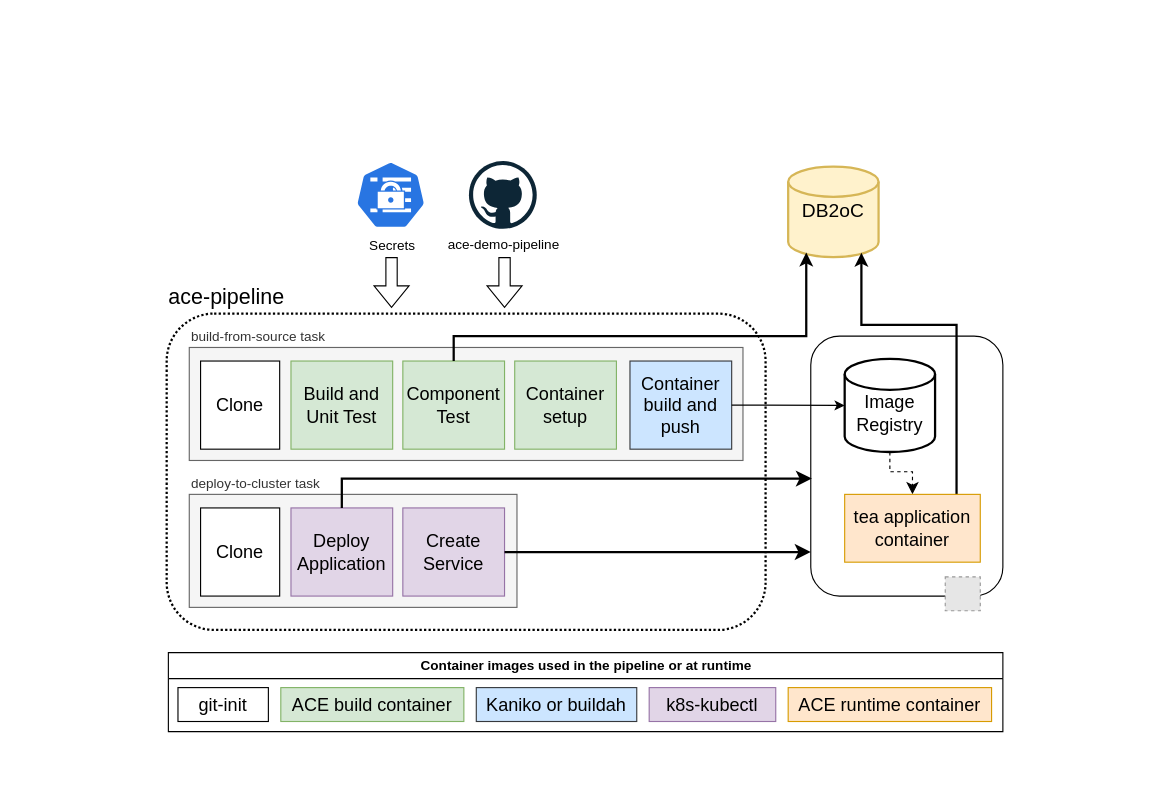
Before: demo-infrastructure/images/tekton-pipeline.drawio in ot4i/ace-demo-pipeline, a draw.io diagram. Source tidied: cells renumbered, new cells numbered last; positions are measured from the earlier drawing's top-left corner, leaving out a move shared by most shapes. Both pictures are drawn from the tidied source at 113%, with x=0, y=0 at pixel (166, 160). Pictures stored in the file or linked from it are replaced by grey dashed boxes.
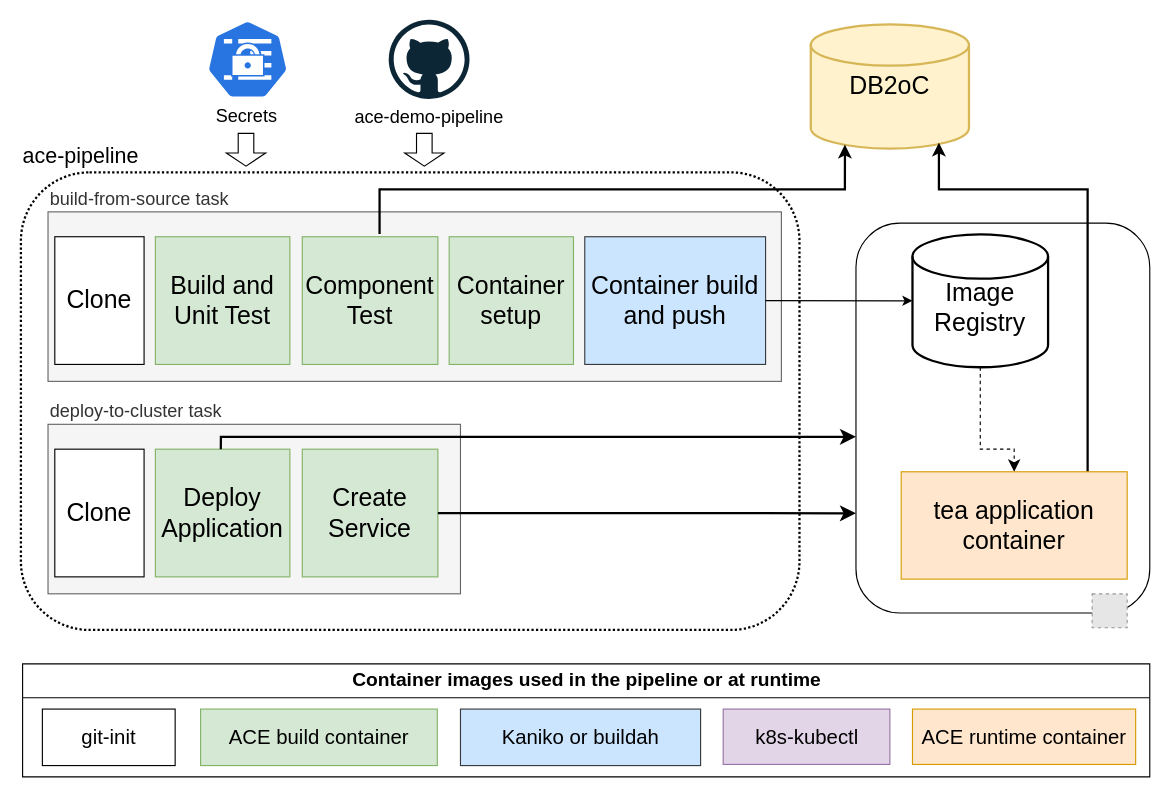
Above is the later version.

The edit, as a diff of the source:
```diff
@@
-    <mxCell id="2" value="DB2oC" style="strokeWidth=2;html=1;shape=mxgraph.flowchart.database;whiteSpace=wrap;fontSize=17;fillColor=#fff2cc;strokeColor=#d6b656;" parent="1" vertex="1">
-      <mxGeometry x="550" y="5" width="80" height="80" as="geometry" />
+    <mxCell id="2" value="DB2oC" style="strokeWidth=2;html=1;shape=mxgraph.flowchart.database;whiteSpace=wrap;fontSize=22;fillColor=#fff2cc;strokeColor=#d6b656;" parent="1" vertex="1">
+      <mxGeometry x="570" y="-121" width="140" height="110" as="geometry" />
     </mxCell>
     <mxCell id="3" style="rounded=1;whiteSpace=wrap;html=1;" parent="1" vertex="1">
-      <mxGeometry x="570" y="155" width="170" height="230" as="geometry" />
+      <mxGeometry x="610" y="55" width="260" height="345" as="geometry" />
     </mxCell>
     <mxCell id="4" value="ace-pipeline" style="rounded=1;whiteSpace=wrap;html=1;labelPosition=center;verticalLabelPosition=top;align=left;verticalAlign=bottom;spacingLeft=0;fontSize=19;dashed=1;dashPattern=1 1;strokeWidth=2;" parent="1" vertex="1">
-      <mxGeometry y="135" width="530" height="280" as="geometry" />
+      <mxGeometry x="-129" y="10" width="689" height="405" as="geometry" />
     </mxCell>
-    <mxCell id="5" value="ace-demo-pipeline" style="dashed=0;html=1;align=center;labelPosition=center;verticalLabelPosition=bottom;verticalAlign=top;shape=mxgraph.weblogos.github;" parent="1" vertex="1">
-      <mxGeometry x="267.5" width="60" height="60" as="geometry" />
+    <mxCell id="5" value="ace-demo-pipeline" style="dashed=0;html=1;align=center;labelPosition=center;verticalLabelPosition=bottom;verticalAlign=top;shape=mxgraph.weblogos.github;fontSize=16;" parent="1" vertex="1">
+      <mxGeometry x="196.5" y="-125" width="71.5" height="70" as="geometry" />
     </mxCell>
-    <mxCell id="6" value="Image Registry" style="strokeWidth=2;html=1;shape=mxgraph.flowchart.database;whiteSpace=wrap;spacingTop=13;fontSize=16;" parent="1" vertex="1">
-      <mxGeometry x="600" y="175" width="80" height="82.5" as="geometry" />
+    <mxCell id="6" value="Image Registry" style="strokeWidth=2;html=1;shape=mxgraph.flowchart.database;whiteSpace=wrap;spacingTop=13;fontSize=22;" parent="1" vertex="1">
+      <mxGeometry x="660" y="65" width="120" height="117.5" as="geometry" />
     </mxCell>
     <mxCell id="7" style="fillColor=#E6E6E6;strokeColor=#999999;dashed=1;html=1;verticalLabelPosition=bottom;verticalAlign=top;" parent="1" vertex="1">
-      <mxGeometry x="689" y="368" width="31" height="30" as="geometry" />
+      <mxGeometry x="819" y="383" width="31" height="30" as="geometry" />
     </mxCell>
     <mxCell id="8" style="edgeStyle=orthogonalEdgeStyle;rounded=0;jettySize=auto;html=1;entryX=0.81;entryY=0.953;entryDx=0;entryDy=0;entryPerimeter=0;strokeWidth=2;exitX=0.825;exitY=0.05;exitDx=0;exitDy=0;exitPerimeter=0;" parent="1" edge="1" source="24" target="2">
       <mxGeometry relative="1" as="geometry">
         <Array as="points">
-          <mxPoint x="699" y="145" />
-          <mxPoint x="615" y="145" />
+          <mxPoint x="815" y="25" />
+          <mxPoint x="683" y="25" />
         </Array>
       </mxGeometry>
     </mxCell>
     <mxCell id="9" style="edgeStyle=elbowEdgeStyle;elbow=vertical;endArrow=classic;html=1;curved=0;rounded=0;endSize=8;startSize=8;dashed=1;entryX=0.5;entryY=0;entryDx=0;entryDy=0;exitX=0.5;exitY=1;exitDx=0;exitDy=0;exitPerimeter=0;" parent="1" edge="1" source="6" target="24">
       <mxGeometry relative="1" as="geometry">
         <Array as="points">
-          <mxPoint x="650" y="275" />
+          <mxPoint x="750" y="255" />
         </Array>
       </mxGeometry>
     </mxCell>
-    <mxCell id="10" style="sketch=0;html=1;dashed=0;whitespace=wrap;fillColor=#2875E2;strokeColor=#ffffff;shape=mxgraph.kubernetes.icon2;prIcon=secret;" parent="1" vertex="1">
-      <mxGeometry x="167" width="62.5" height="60" as="geometry" />
+    <mxCell id="10" style="sketch=0;html=1;dashed=0;whitespace=wrap;fillColor=#2875E2;strokeColor=#ffffff;shape=mxgraph.kubernetes.icon2;prIcon=secret;fontSize=16;" parent="1" vertex="1">
+      <mxGeometry x="35.2" y="-125" width="72.9" height="70" as="geometry" />
     </mxCell>
-    <mxCell id="11" value="Secrets" style="text;html=1;align=center;verticalAlign=middle;whiteSpace=wrap;rounded=0;" parent="1" vertex="1">
-      <mxGeometry x="169.5" y="60" width="60" height="30" as="geometry" />
+    <mxCell id="11" value="Secrets" style="text;html=1;align=center;verticalAlign=middle;whiteSpace=wrap;rounded=0;fontSize=16;" parent="1" vertex="1">
+      <mxGeometry x="40.5" y="-55" width="60" height="30" as="geometry" />
     </mxCell>
-    <mxCell id="12" value="build-from-source task" style="rounded=0;whiteSpace=wrap;html=1;align=left;verticalAlign=bottom;labelPosition=center;verticalLabelPosition=top;fillColor=#f5f5f5;fontColor=#333333;strokeColor=#666666;" parent="1" vertex="1">
-      <mxGeometry x="20" y="165" width="490" height="100" as="geometry" />
+    <mxCell id="12" value="build-from-source task" style="rounded=0;whiteSpace=wrap;html=1;align=left;verticalAlign=bottom;labelPosition=center;verticalLabelPosition=top;fillColor=#f5f5f5;fontColor=#333333;strokeColor=#666666;fontSize=16;" parent="1" vertex="1">
+      <mxGeometry x="-105" y="45" width="649" height="150" as="geometry" />
     </mxCell>
-    <mxCell id="13" value="Clone" style="rounded=0;whiteSpace=wrap;html=1;fontSize=16;" parent="1" vertex="1">
-      <mxGeometry x="30" y="177" width="70" height="78" as="geometry" />
+    <mxCell id="13" value="Clone" style="rounded=0;whiteSpace=wrap;html=1;fontSize=22;" parent="1" vertex="1">
+      <mxGeometry x="-99" y="67" width="79" height="113" as="geometry" />
     </mxCell>
-    <mxCell id="14" value="Component Test" style="rounded=0;whiteSpace=wrap;html=1;fontSize=16;fillColor=#d5e8d4;strokeColor=#82b366;" parent="1" vertex="1">
-      <mxGeometry x="209" y="177" width="90" height="78" as="geometry" />
+    <mxCell id="14" value="Component Test" style="rounded=0;whiteSpace=wrap;html=1;fontSize=22;fillColor=#d5e8d4;strokeColor=#82b366;" parent="1" vertex="1">
+      <mxGeometry x="120" y="67" width="120" height="113" as="geometry" />
     </mxCell>
-    <mxCell id="15" value="Build and Unit Test" style="rounded=0;whiteSpace=wrap;html=1;fontSize=16;fillColor=#d5e8d4;strokeColor=#82b366;" parent="1" vertex="1">
-      <mxGeometry x="110" y="177" width="90" height="78" as="geometry" />
+    <mxCell id="15" value="Build and Unit Test" style="rounded=0;whiteSpace=wrap;html=1;fontSize=22;fillColor=#d5e8d4;strokeColor=#82b366;" parent="1" vertex="1">
+      <mxGeometry x="-10" y="67" width="119" height="113" as="geometry" />
     </mxCell>
-    <mxCell id="16" style="edgeStyle=orthogonalEdgeStyle;rounded=0;orthogonalLoop=1;jettySize=auto;html=1;exitX=0.5;exitY=1;exitDx=0;exitDy=0;fillColor=#d5e8d4;strokeColor=#82b366;" parent="1" edge="1" source="14" target="14">
+    <mxCell id="16" style="edgeStyle=orthogonalEdgeStyle;rounded=0;orthogonalLoop=1;jettySize=auto;html=1;exitX=0.5;exitY=1;exitDx=0;exitDy=0;fillColor=#d5e8d4;strokeColor=#82b366;fontSize=22;" parent="1" edge="1" source="14" target="14">
       <mxGeometry relative="1" as="geometry" />
     </mxCell>
-    <mxCell id="17" value="Container setup" style="rounded=0;whiteSpace=wrap;html=1;fontSize=16;fillColor=#d5e8d4;strokeColor=#82b366;" parent="1" vertex="1">
-      <mxGeometry x="308" y="177" width="90" height="78" as="geometry" />
+    <mxCell id="17" value="Container setup" style="rounded=0;whiteSpace=wrap;html=1;fontSize=22;fillColor=#d5e8d4;strokeColor=#82b366;" parent="1" vertex="1">
+      <mxGeometry x="250" y="67" width="110" height="113" as="geometry" />
     </mxCell>
-    <mxCell id="18" value="Container build and push" style="rounded=0;whiteSpace=wrap;html=1;fontSize=16;fillColor=#cce5ff;strokeColor=#36393d;" parent="1" vertex="1">
-      <mxGeometry x="410" y="177" width="90" height="78" as="geometry" />
+    <mxCell id="18" value="Container build and push" style="rounded=0;whiteSpace=wrap;html=1;fontSize=22;fillColor=#cce5ff;strokeColor=#36393d;" parent="1" vertex="1">
+      <mxGeometry x="370" y="67" width="160" height="113" as="geometry" />
     </mxCell>
+    <mxCell id="24" value="tea application container" style="rounded=0;whiteSpace=wrap;html=1;fontSize=22;fillColor=#ffe6cc;strokeColor=#d79b00;" parent="1" vertex="1">
+      <mxGeometry x="650" y="275" width="200" height="95" as="geometry" />
+    </mxCell>
+    <mxCell id="25" style="endArrow=classic;html=1;rounded=0;exitX=1;exitY=0.5;exitDx=0;exitDy=0;entryX=0;entryY=0.5;entryDx=0;entryDy=0;entryPerimeter=0;" parent="1" edge="1" source="18" target="6">
+      <mxGeometry relative="1" as="geometry" />
+    </mxCell>
+    <mxCell id="27" style="edgeStyle=orthogonalEdgeStyle;rounded=0;jettySize=auto;html=1;entryX=0.216;entryY=0.968;entryDx=0;entryDy=0;entryPerimeter=0;strokeWidth=2;exitX=0.57;exitY=-0.022;exitDx=0;exitDy=0;exitPerimeter=0;" parent="1" edge="1" source="14" target="2">
+      <mxGeometry relative="1" as="geometry">
+        <Array as="points">
+          <mxPoint x="188" y="25" />
+          <mxPoint x="600" y="25" />
+        </Array>
+      </mxGeometry>
+    </mxCell>
+    <mxCell id="28" style="shape=flexArrow;endArrow=classic;html=1;rounded=0;width=13.793103448275863;endSize=3.531034482758621;" parent="1" edge="1">
+      <mxGeometry relative="1" as="geometry">
+        <mxPoint x="228" y="-25" as="sourcePoint" />
+        <mxPoint x="228" y="5" as="targetPoint" />
+      </mxGeometry>
+    </mxCell>
+    <mxCell id="38" value="Container images used in the pipeline or at runtime" style="swimlane;whiteSpace=wrap;html=1;startSize=30;fontSize=17;" parent="1" vertex="1">
+      <mxGeometry x="-127.5" y="445" width="997.5" height="100" as="geometry" />
+    </mxCell>
+    <mxCell id="37" value="ACE runtime container" style="rounded=0;whiteSpace=wrap;html=1;fontSize=18;fillColor=#ffe6cc;strokeColor=#d79b00;" parent="38" vertex="1">
+      <mxGeometry x="787.5" y="40" width="197.5" height="49" as="geometry" />
+    </mxCell>
+    <mxCell id="34" value="k8s-kubectl" style="rounded=0;whiteSpace=wrap;html=1;fontSize=18;fillColor=#e1d5e7;strokeColor=#9673a6;" parent="38" vertex="1">
+      <mxGeometry x="620" y="40" width="147.5" height="49" as="geometry" />
+    </mxCell>
+    <mxCell id="33" value="Kaniko or buildah" style="rounded=0;whiteSpace=wrap;html=1;fontSize=18;fillColor=#cce5ff;strokeColor=#36393d;" parent="38" vertex="1">
+      <mxGeometry x="387.5" y="40" width="212.5" height="50" as="geometry" />
+    </mxCell>
+    <mxCell id="31" value="ACE build container" style="rounded=0;whiteSpace=wrap;html=1;fontSize=18;fillColor=#d5e8d4;strokeColor=#82b366;" parent="38" vertex="1">
+      <mxGeometry x="157.5" y="40" width="209.5" height="50" as="geometry" />
+    </mxCell>
+    <mxCell id="36" value="git-init" style="rounded=0;whiteSpace=wrap;html=1;fontSize=18;" parent="38" vertex="1">
+      <mxGeometry x="17.5" y="40" width="117.5" height="50" as="geometry" />
+    </mxCell>
+    <mxCell id="39" style="shape=flexArrow;endArrow=classic;html=1;rounded=0;width=13.793103448275863;endSize=3.531034482758621;" parent="1" edge="1">
+      <mxGeometry relative="1" as="geometry">
+        <mxPoint x="70.2" y="-25" as="sourcePoint" />
+        <mxPoint x="70.2" y="5" as="targetPoint" />
+      </mxGeometry>
+    </mxCell>
-    <mxCell id="19" value="deploy-to-cluster task" style="rounded=0;whiteSpace=wrap;html=1;align=left;verticalAlign=bottom;labelPosition=center;verticalLabelPosition=top;fillColor=#f5f5f5;fontColor=#333333;strokeColor=#666666;" parent="1" vertex="1">
-      <mxGeometry x="20" y="295" width="290" height="100" as="geometry" />
+    <mxCell id="19" value="deploy-to-cluster task" style="rounded=0;whiteSpace=wrap;html=1;align=left;verticalAlign=bottom;labelPosition=center;verticalLabelPosition=top;fillColor=#f5f5f5;fontColor=#333333;strokeColor=#666666;fontSize=16;" parent="1" vertex="1">
+      <mxGeometry x="-105" y="233" width="365" height="150" as="geometry" />
     </mxCell>
-    <mxCell id="20" value="Clone" style="rounded=0;whiteSpace=wrap;html=1;fontSize=16;" parent="1" vertex="1">
-      <mxGeometry x="30" y="307" width="70" height="78" as="geometry" />
+    <mxCell id="20" value="Clone" style="rounded=0;whiteSpace=wrap;html=1;fontSize=22;" parent="1" vertex="1">
+      <mxGeometry x="-99" y="255" width="79" height="113" as="geometry" />
     </mxCell>
-    <mxCell id="21" value="Create Service" style="rounded=0;whiteSpace=wrap;html=1;fontSize=16;fillColor=#e1d5e7;strokeColor=#9673a6;" parent="1" vertex="1">
-      <mxGeometry x="209" y="307" width="90" height="78" as="geometry" />
+    <mxCell id="21" value="Create Service" style="rounded=0;whiteSpace=wrap;html=1;fontSize=22;fillColor=#d5e8d4;strokeColor=#82b366;" parent="1" vertex="1">
+      <mxGeometry x="120" y="255" width="120" height="113" as="geometry" />
     </mxCell>
-    <mxCell id="22" value="Deploy Application" style="rounded=0;whiteSpace=wrap;html=1;fontSize=16;fillColor=#e1d5e7;strokeColor=#9673a6;" parent="1" vertex="1">
-      <mxGeometry x="110" y="307" width="90" height="78" as="geometry" />
+    <mxCell id="22" value="Deploy Application" style="rounded=0;whiteSpace=wrap;html=1;fontSize=22;fillColor=#d5e8d4;strokeColor=#82b366;" parent="1" vertex="1">
+      <mxGeometry x="-10" y="255" width="119" height="113" as="geometry" />
     </mxCell>
-    <mxCell id="23" style="edgeStyle=orthogonalEdgeStyle;rounded=0;orthogonalLoop=1;jettySize=auto;html=1;exitX=0.5;exitY=1;exitDx=0;exitDy=0;fillColor=#e1d5e7;strokeColor=#9673a6;" parent="1" edge="1" source="21" target="21">
+    <mxCell id="23" style="edgeStyle=orthogonalEdgeStyle;rounded=0;orthogonalLoop=1;jettySize=auto;html=1;exitX=0.5;exitY=1;exitDx=0;exitDy=0;fillColor=#d5e8d4;strokeColor=#82b366;fontSize=22;" parent="1" edge="1" source="21" target="21">
       <mxGeometry relative="1" as="geometry" />
     </mxCell>
-    <mxCell id="24" value="tea application container" style="rounded=0;whiteSpace=wrap;html=1;fontSize=16;fillColor=#ffe6cc;strokeColor=#d79b00;" parent="1" vertex="1">
-      <mxGeometry x="600" y="295" width="120" height="60" as="geometry" />
-    </mxCell>
-    <mxCell id="25" style="endArrow=classic;html=1;rounded=0;exitX=1;exitY=0.5;exitDx=0;exitDy=0;entryX=0;entryY=0.5;entryDx=0;entryDy=0;entryPerimeter=0;" parent="1" edge="1" source="18" target="6">
-      <mxGeometry relative="1" as="geometry" />
-    </mxCell>
-    <mxCell id="26" style="edgeStyle=elbowEdgeStyle;elbow=horizontal;endArrow=classic;html=1;curved=0;rounded=0;endSize=8;startSize=8;exitX=0.5;exitY=0;exitDx=0;exitDy=0;strokeWidth=2;entryX=0.006;entryY=0.548;entryDx=0;entryDy=0;entryPerimeter=0;" parent="1" edge="1" source="22" target="3">
+    <mxCell id="26" style="edgeStyle=elbowEdgeStyle;elbow=horizontal;endArrow=classic;html=1;curved=0;rounded=0;endSize=8;startSize=8;exitX=0.5;exitY=0;exitDx=0;exitDy=0;strokeWidth=2;entryX=0.006;entryY=0.548;entryDx=0;entryDy=0;entryPerimeter=0;" parent="1" edge="1">
       <mxGeometry relative="1" as="geometry">
+        <mxPoint x="47.9" y="255" as="sourcePoint" />
+        <mxPoint x="610" y="244.1" as="targetPoint" />
         <Array as="points">
-          <mxPoint x="155" y="285" />
-          <mxPoint x="520" y="285" />
+          <mxPoint x="48" y="255" />
         </Array>
       </mxGeometry>
     </mxCell>
-    <mxCell id="27" style="edgeStyle=orthogonalEdgeStyle;rounded=0;jettySize=auto;html=1;entryX=0.2;entryY=0.95;entryDx=0;entryDy=0;entryPerimeter=0;strokeWidth=2;exitX=0.5;exitY=0;exitDx=0;exitDy=0;" parent="1" edge="1" source="14" target="2">
-      <mxGeometry relative="1" as="geometry">
-        <Array as="points">
-          <mxPoint x="254" y="155" />
-          <mxPoint x="566" y="155" />
-        </Array>
-      </mxGeometry>
-    </mxCell>
-    <mxCell id="28" style="shape=flexArrow;endArrow=classic;html=1;rounded=0;" parent="1" edge="1">
-      <mxGeometry relative="1" as="geometry">
-        <mxPoint x="299" y="85" as="sourcePoint" />
-        <mxPoint x="299" y="130" as="targetPoint" />
-      </mxGeometry>
-    </mxCell>
-    <mxCell id="29" style="shape=flexArrow;endArrow=classic;html=1;rounded=0;" parent="1" edge="1">
-      <mxGeometry relative="1" as="geometry">
-        <mxPoint x="199" y="85" as="sourcePoint" />
-        <mxPoint x="199" y="130" as="targetPoint" />
-      </mxGeometry>
-    </mxCell>
-    <mxCell id="30" style="edgeStyle=elbowEdgeStyle;elbow=horizontal;endArrow=classic;html=1;curved=0;rounded=0;endSize=8;startSize=8;exitX=1;exitY=0.5;exitDx=0;exitDy=0;strokeWidth=2;" parent="1" edge="1" source="21">
+    <mxCell id="30" style="edgeStyle=elbowEdgeStyle;elbow=horizontal;endArrow=classic;html=1;curved=0;rounded=0;endSize=8;startSize=8;exitX=1;exitY=0.5;exitDx=0;exitDy=0;strokeWidth=2;entryX=0;entryY=0.75;entryDx=0;entryDy=0;" parent="1" edge="1" source="21">
       <mxGeometry relative="1" as="geometry">
-        <mxPoint x="570" y="346" as="targetPoint" />
+        <mxPoint x="610" y="311.8" as="targetPoint" />
       </mxGeometry>
     </mxCell>
-    <mxCell id="31" value="ACE build container" style="rounded=0;whiteSpace=wrap;html=1;fontSize=16;fillColor=#d5e8d4;strokeColor=#82b366;" parent="1" vertex="1">
-      <mxGeometry x="101" y="466" width="162" height="30" as="geometry" />
-    </mxCell>
-    <mxCell id="32" style="edgeStyle=orthogonalEdgeStyle;rounded=0;orthogonalLoop=1;jettySize=auto;html=1;exitX=0.5;exitY=1;exitDx=0;exitDy=0;fillColor=#d5e8d4;strokeColor=#82b366;" parent="1" edge="1" source="31" target="31">
-      <mxGeometry relative="1" as="geometry" />
-    </mxCell>
-    <mxCell id="33" value="Kaniko or buildah" style="rounded=0;whiteSpace=wrap;html=1;fontSize=16;fillColor=#cce5ff;strokeColor=#36393d;" parent="1" vertex="1">
-      <mxGeometry x="274" y="466" width="142" height="30" as="geometry" />
-    </mxCell>
-    <mxCell id="34" value="k8s-kubectl" style="rounded=0;whiteSpace=wrap;html=1;fontSize=16;fillColor=#e1d5e7;strokeColor=#9673a6;" parent="1" vertex="1">
-      <mxGeometry x="427" y="466" width="112" height="30" as="geometry" />
-    </mxCell>
-    <mxCell id="35" style="edgeStyle=orthogonalEdgeStyle;rounded=0;orthogonalLoop=1;jettySize=auto;html=1;exitX=0.5;exitY=1;exitDx=0;exitDy=0;fillColor=#e1d5e7;strokeColor=#9673a6;" parent="1" edge="1" source="34" target="34">
-      <mxGeometry relative="1" as="geometry" />
-    </mxCell>
-    <mxCell id="36" value="git-init" style="rounded=0;whiteSpace=wrap;html=1;fontSize=16;" parent="1" vertex="1">
-      <mxGeometry x="10" y="466" width="80" height="30" as="geometry" />
-    </mxCell>
-    <mxCell id="37" value="ACE runtime container" style="rounded=0;whiteSpace=wrap;html=1;fontSize=16;fillColor=#ffe6cc;strokeColor=#d79b00;" parent="1" vertex="1">
-      <mxGeometry x="550" y="466" width="180" height="30" as="geometry" />
-    </mxCell>
-    <mxCell id="38" value="Container images used in the pipeline or at runtime" style="swimlane;whiteSpace=wrap;html=1;" parent="1" vertex="1">
-      <mxGeometry x="1.5" y="435" width="738.5" height="70" as="geometry" />
-    </mxCell>
```
